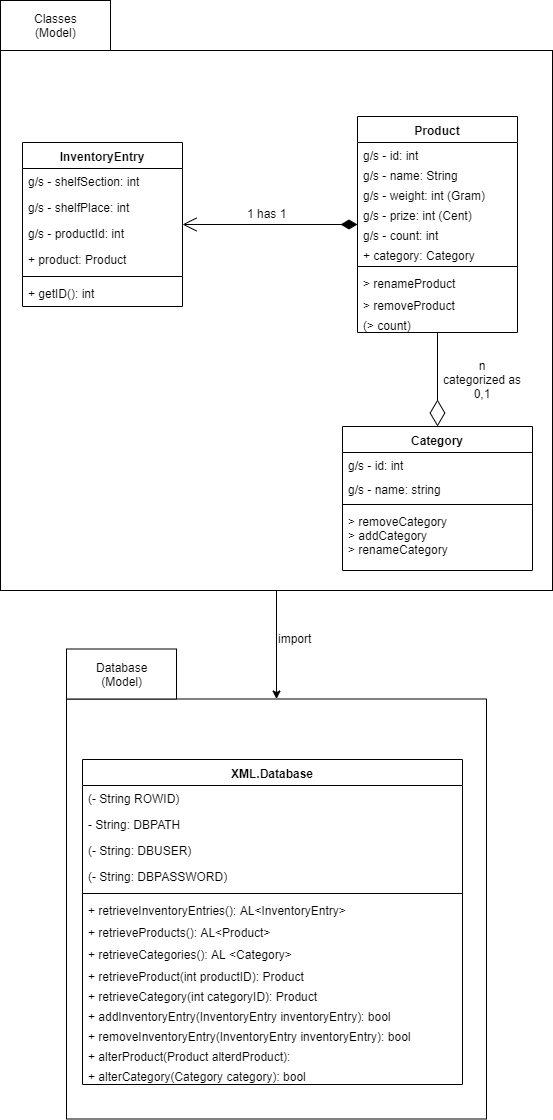
Above: dev/models/UML Klassendiagram_Model.png in callidaria/pen-testing (draw.io), before the change. Source tidied: cells renumbered, new cells last; positions are measured from the earlier drawing's top-left corner, leaving out a move shared by most shapes.
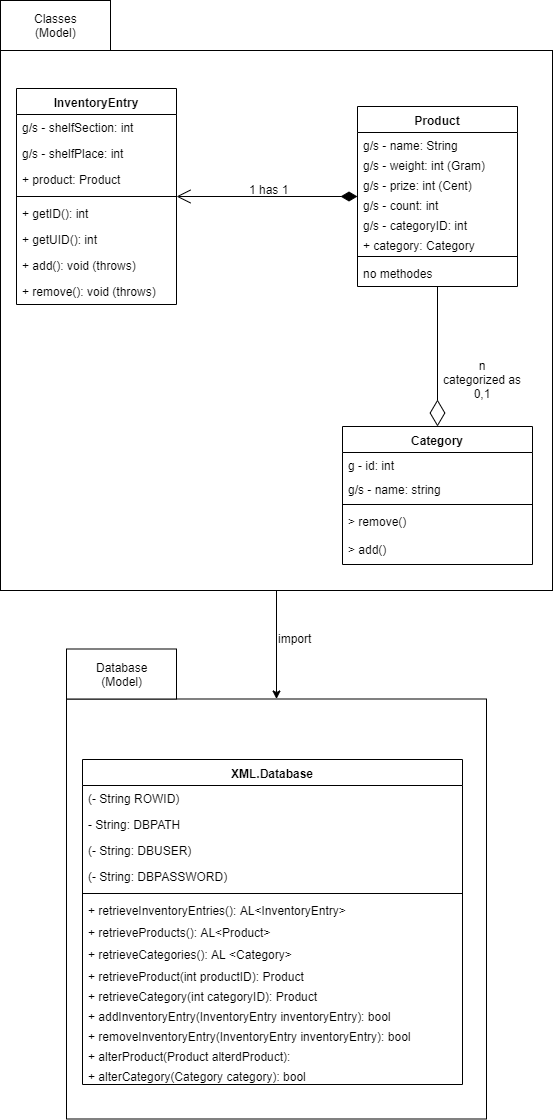
The same diagram one commit later.

Diff of the diagram source:
```diff
@@ -12,42 +12,36 @@
       <mxGeometry x="66" y="698.5" width="420" height="420" as="geometry" />
     </mxCell>
     <mxCell id="5" value="Product" style="swimlane;fontStyle=1;align=center;verticalAlign=top;horizontal=1;startSize=26;" parent="1" vertex="1">
-      <mxGeometry x="357" y="116" width="160" height="216" as="geometry" />
+      <mxGeometry x="357" y="106" width="160" height="180" as="geometry" />
     </mxCell>
-    <mxCell id="6" value="g/s - id: int" style="text;strokeColor=none;fillColor=none;align=left;verticalAlign=top;spacingLeft=4;spacingRight=4;overflow=hidden;" parent="5" vertex="1">
-      <mxGeometry y="26" width="160" height="20" as="geometry" />
-    </mxCell>
     <mxCell id="7" value="g/s - name: String" style="text;strokeColor=none;fillColor=none;align=left;verticalAlign=top;spacingLeft=4;spacingRight=4;overflow=hidden;" parent="5" vertex="1">
-      <mxGeometry y="46" width="160" height="20" as="geometry" />
+      <mxGeometry y="26" width="160" height="20" as="geometry" />
     </mxCell>
     <mxCell id="8" value="g/s - weight: int (Gram)" style="text;strokeColor=none;fillColor=none;align=left;verticalAlign=top;spacingLeft=4;spacingRight=4;overflow=hidden;" parent="5" vertex="1">
-      <mxGeometry y="66" width="160" height="20" as="geometry" />
+      <mxGeometry y="46" width="160" height="20" as="geometry" />
     </mxCell>
     <mxCell id="9" value="g/s - prize: int (Cent)" style="text;strokeColor=none;fillColor=none;align=left;verticalAlign=top;spacingLeft=4;spacingRight=4;overflow=hidden;" parent="5" vertex="1">
-      <mxGeometry y="86" width="160" height="20" as="geometry" />
+      <mxGeometry y="66" width="160" height="20" as="geometry" />
     </mxCell>
     <mxCell id="10" value="g/s - count: int" style="text;strokeColor=none;fillColor=none;align=left;verticalAlign=top;spacingLeft=4;spacingRight=4;overflow=hidden;" parent="5" vertex="1">
-      <mxGeometry y="106" width="160" height="20" as="geometry" />
+      <mxGeometry y="86" width="160" height="20" as="geometry" />
     </mxCell>
+    <mxCell id="50" value="g/s - categoryID: int" style="text;strokeColor=none;fillColor=none;align=left;verticalAlign=top;spacingLeft=4;spacingRight=4;overflow=hidden;" parent="5" vertex="1">
+      <mxGeometry y="106" width="160" height="20" as="geometry" />
+    </mxCell>
     <mxCell id="11" value="+ category: Category" style="text;strokeColor=none;fillColor=none;align=left;verticalAlign=top;spacingLeft=4;spacingRight=4;overflow=hidden;" parent="5" vertex="1">
       <mxGeometry y="126" width="160" height="20" as="geometry" />
     </mxCell>
     <mxCell id="12" style="line;strokeWidth=1;fillColor=none;align=left;verticalAlign=middle;spacingTop=-1;spacingLeft=3;spacingRight=3;labelPosition=right;" parent="5" vertex="1">
       <mxGeometry y="146" width="160" height="8" as="geometry" />
     </mxCell>
-    <mxCell id="13" value="&gt; renameProduct" style="text;strokeColor=none;fillColor=none;align=left;verticalAlign=top;spacingLeft=4;spacingRight=4;overflow=hidden;" parent="5" vertex="1">
-      <mxGeometry y="154" width="160" height="22" as="geometry" />
-    </mxCell>
-    <mxCell id="14" value="&gt; removeProduct" style="text;strokeColor=none;fillColor=none;align=left;verticalAlign=top;spacingLeft=4;spacingRight=4;overflow=hidden;" parent="5" vertex="1">
-      <mxGeometry y="176" width="160" height="20" as="geometry" />
+    <mxCell id="14" value="no methodes" style="text;strokeColor=none;fillColor=none;align=left;verticalAlign=top;spacingLeft=4;spacingRight=4;overflow=hidden;" parent="5" vertex="1">
+      <mxGeometry y="154" width="160" height="26" as="geometry" />
     </mxCell>
-    <mxCell id="15" value="(&gt; count)" style="text;strokeColor=none;fillColor=none;align=left;verticalAlign=top;spacingLeft=4;spacingRight=4;overflow=hidden;" parent="5" vertex="1">
-      <mxGeometry y="196" width="160" height="20" as="geometry" />
-    </mxCell>
     <mxCell id="16" value="Category" style="swimlane;fontStyle=1;align=center;verticalAlign=top;horizontal=1;startSize=26;" parent="1" vertex="1">
-      <mxGeometry x="342" y="426" width="190" height="144" as="geometry" />
+      <mxGeometry x="342" y="426" width="190" height="138" as="geometry" />
     </mxCell>
-    <mxCell id="17" value="g/s - id: int" style="text;strokeColor=none;fillColor=none;align=left;verticalAlign=top;spacingLeft=4;spacingRight=4;overflow=hidden;" parent="16" vertex="1">
+    <mxCell id="17" value="g - id: int" style="text;strokeColor=none;fillColor=none;align=left;verticalAlign=top;spacingLeft=4;spacingRight=4;overflow=hidden;" parent="16" vertex="1">
       <mxGeometry y="26" width="190" height="24" as="geometry" />
     </mxCell>
     <mxCell id="18" value="g/s - name: string" style="text;strokeColor=none;fillColor=none;align=left;verticalAlign=top;spacingLeft=4;spacingRight=4;overflow=hidden;" parent="16" vertex="1">
@@ -56,9 +50,12 @@
     <mxCell id="19" style="line;strokeWidth=1;fillColor=none;align=left;verticalAlign=middle;spacingTop=-1;spacingLeft=3;spacingRight=3;labelPosition=right;" parent="16" vertex="1">
       <mxGeometry y="74" width="190" height="8" as="geometry" />
     </mxCell>
-    <mxCell id="20" value="&gt; removeCategory&#10;&gt; addCategory&#10;&gt; renameCategory" style="text;strokeColor=none;fillColor=none;align=left;verticalAlign=top;spacingLeft=4;spacingRight=4;overflow=hidden;" parent="16" vertex="1">
-      <mxGeometry y="82" width="190" height="62" as="geometry" />
+    <mxCell id="20" value="&gt; remove()" style="text;strokeColor=none;fillColor=none;align=left;verticalAlign=top;spacingLeft=4;spacingRight=4;overflow=hidden;" parent="16" vertex="1">
+      <mxGeometry y="82" width="190" height="28" as="geometry" />
     </mxCell>
+    <mxCell id="51" value="&gt; add()" style="text;strokeColor=none;fillColor=none;align=left;verticalAlign=top;spacingLeft=4;spacingRight=4;overflow=hidden;" parent="16" vertex="1">
+      <mxGeometry y="110" width="190" height="28" as="geometry" />
+    </mxCell>
     <mxCell id="21" value="n&lt;br&gt;categorized as&lt;br&gt;0,1" style="text;html=1;align=center;verticalAlign=top;spacingTop=-4;" parent="1" vertex="1">
       <mxGeometry x="437" y="356" width="90" height="40" as="geometry" />
     </mxCell>
@@ -108,7 +105,7 @@
       <mxGeometry y="304" width="380" height="21" as="geometry" />
     </mxCell>
     <mxCell id="37" value="InventoryEntry" style="swimlane;fontStyle=1;align=center;verticalAlign=top;horizontal=1;startSize=26;" parent="1" vertex="1">
-      <mxGeometry x="22" y="142" width="160" height="164" as="geometry" />
+      <mxGeometry x="16" y="88" width="160" height="216" as="geometry" />
     </mxCell>
     <mxCell id="38" value="g/s - shelfSection: int" style="text;strokeColor=none;fillColor=none;align=left;verticalAlign=top;spacingLeft=4;spacingRight=4;overflow=hidden;" parent="37" vertex="1">
       <mxGeometry y="26" width="160" height="26" as="geometry" />
@@ -116,25 +113,31 @@
     <mxCell id="39" value="g/s - shelfPlace: int" style="text;strokeColor=none;fillColor=none;align=left;verticalAlign=top;spacingLeft=4;spacingRight=4;overflow=hidden;" parent="37" vertex="1">
       <mxGeometry y="52" width="160" height="26" as="geometry" />
     </mxCell>
-    <mxCell id="40" value="g/s - productId: int" style="text;strokeColor=none;fillColor=none;align=left;verticalAlign=top;spacingLeft=4;spacingRight=4;overflow=hidden;" parent="37" vertex="1">
-      <mxGeometry y="78" width="160" height="26" as="geometry" />
-    </mxCell>
     <mxCell id="41" value="+ product: Product" style="text;strokeColor=none;fillColor=none;align=left;verticalAlign=top;spacingLeft=4;spacingRight=4;overflow=hidden;" parent="37" vertex="1">
-      <mxGeometry y="104" width="160" height="26" as="geometry" />
+      <mxGeometry y="78" width="160" height="26" as="geometry" />
     </mxCell>
     <mxCell id="42" style="line;strokeWidth=1;fillColor=none;align=left;verticalAlign=middle;spacingTop=-1;spacingLeft=3;spacingRight=3;labelPosition=right;" parent="37" vertex="1">
-      <mxGeometry y="130" width="160" height="8" as="geometry" />
+      <mxGeometry y="104" width="160" height="8" as="geometry" />
     </mxCell>
     <mxCell id="43" value="+ getID(): int" style="text;strokeColor=none;fillColor=none;align=left;verticalAlign=top;spacingLeft=4;spacingRight=4;overflow=hidden;" parent="37" vertex="1">
-      <mxGeometry y="138" width="160" height="26" as="geometry" />
+      <mxGeometry y="112" width="160" height="26" as="geometry" />
     </mxCell>
+    <mxCell id="52" value="+ getUID(): int" style="text;strokeColor=none;fillColor=none;align=left;verticalAlign=top;spacingLeft=4;spacingRight=4;overflow=hidden;" parent="37" vertex="1">
+      <mxGeometry y="138" width="160" height="26" as="geometry" />
+    </mxCell>
+    <mxCell id="53" value="+ add(): void (throws)" style="text;strokeColor=none;fillColor=none;align=left;verticalAlign=top;spacingLeft=4;spacingRight=4;overflow=hidden;" parent="37" vertex="1">
+      <mxGeometry y="164" width="160" height="26" as="geometry" />
+    </mxCell>
+    <mxCell id="54" value="+ remove(): void (throws)" style="text;strokeColor=none;fillColor=none;align=left;verticalAlign=top;spacingLeft=4;spacingRight=4;overflow=hidden;" parent="37" vertex="1">
+      <mxGeometry y="190" width="160" height="26" as="geometry" />
+    </mxCell>
     <mxCell id="44" style="endArrow=open;html=1;endSize=12;startArrow=diamondThin;startSize=14;startFill=1;edgeStyle=orthogonalEdgeStyle;align=left;verticalAlign=bottom;" parent="1" edge="1" source="5" target="37">
       <mxGeometry y="-124" relative="1" as="geometry">
         <mxPoint x="17" y="2" as="offset" />
       </mxGeometry>
     </mxCell>
     <mxCell id="45" value="1 has 1" style="text;html=1;align=left;verticalAlign=top;spacingTop=-4;" parent="1" vertex="1">
-      <mxGeometry x="244.5" y="204" width="50" height="20" as="geometry" />
+      <mxGeometry x="247" y="180" width="50" height="20" as="geometry" />
     </mxCell>
     <mxCell id="46" style="endArrow=diamondThin;endFill=0;endSize=24;html=1;" parent="1" edge="1" source="5" target="16">
       <mxGeometry relative="1" as="geometry" />
```
